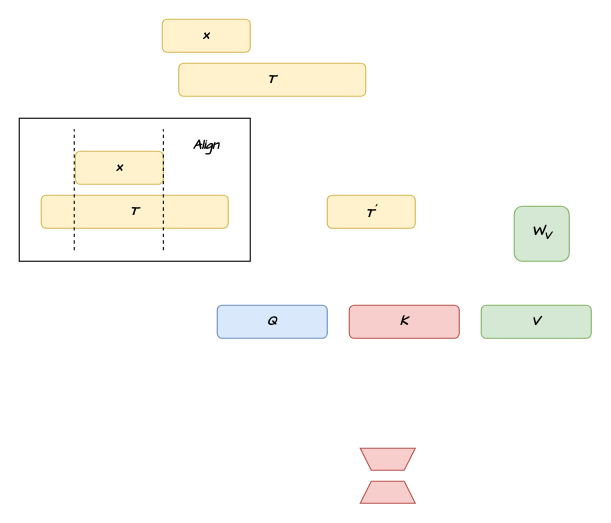
Above: 未命名绘图3.drawio in ZhangzeqingCN/api-project (draw.io), before the change. Source tidied: cells renumbered, new cells numbered last; positions are measured from the earlier drawing's top-left corner, leaving out a move shared by most shapes. Both pictures are drawn from the tidied source at 110%, with x=0, y=0 at pixel (19, 19).
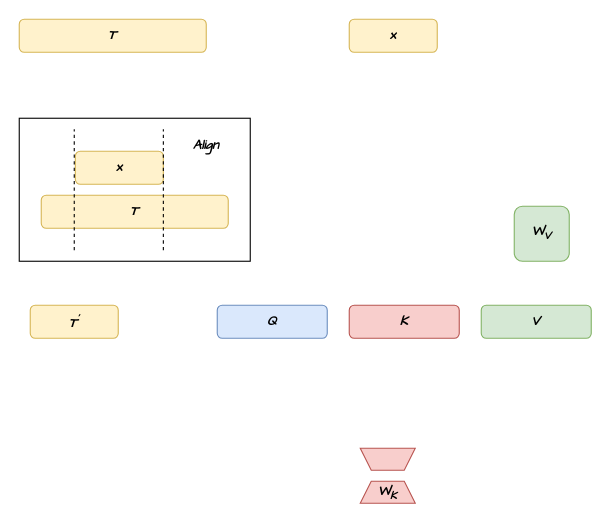
Above is the later version.

Commit message (it also covers changes not shown here):
更新未命名绘图3.drawio

What changed in the source:
```diff
@@
     <mxCell id="5" value="&lt;span&gt;x&lt;/span&gt;" style="rounded=1;whiteSpace=wrap;html=1;rotation=0;fillColor=#fff2cc;strokeColor=#d6b656;fontFamily=Comic Sans MS;fontStyle=3;" parent="1" vertex="1">
-      <mxGeometry x="130" width="80" height="30" as="geometry" />
+      <mxGeometry x="300" width="80" height="30" as="geometry" />
     </mxCell>
     <mxCell id="6" value="T&lt;sup&gt;'&lt;/sup&gt;" style="rounded=1;whiteSpace=wrap;html=1;rotation=0;fillColor=#fff2cc;strokeColor=#d6b656;fontFamily=Comic Sans MS;fontStyle=3;" parent="1" vertex="1">
-      <mxGeometry x="280" y="160" width="80" height="30" as="geometry" />
+      <mxGeometry x="10" y="260" width="80" height="30" as="geometry" />
     </mxCell>
@@
-    <mxCell id="8" style="shape=trapezoid;perimeter=trapezoidPerimeter;whiteSpace=wrap;html=1;fixedSize=1;fillColor=#f8cecc;strokeColor=#b85450;size=10;" parent="1" vertex="1">
+    <mxCell id="8" value="&lt;span style=&quot;font-family: &amp;quot;Comic Sans MS&amp;quot;; font-style: italic; font-weight: 700;&quot;&gt;W&lt;sub&gt;K&lt;/sub&gt;&lt;/span&gt;" style="shape=trapezoid;perimeter=trapezoidPerimeter;whiteSpace=wrap;html=1;fixedSize=1;fillColor=#f8cecc;strokeColor=#b85450;size=10;" parent="1" vertex="1">
       <mxGeometry x="310" y="420" width="50" height="20" as="geometry" />
     </mxCell>
@@
     <mxCell id="18" value="T" style="rounded=1;whiteSpace=wrap;html=1;rotation=0;fillColor=#fff2cc;strokeColor=#d6b656;fontFamily=Comic Sans MS;fontStyle=3;" parent="1" vertex="1">
-      <mxGeometry x="145" y="40" width="170" height="30" as="geometry" />
+      <mxGeometry width="170" height="30" as="geometry" />
     </mxCell>
```
